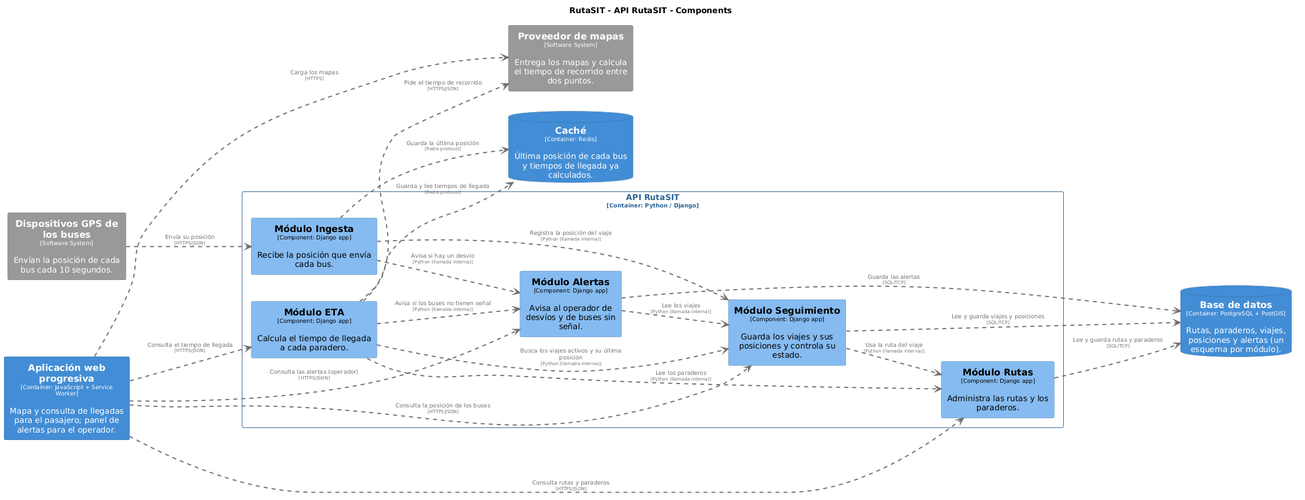
The PlantUML diagram docs/architecture/c4/img/structurizr-Componentes.png in R0otDrigo/cs-2026b-lab04-grupo06, before a commit. The source it was exported from:
```plantuml
@startuml
set separator none
title RutaSIT - API RutaSIT - Components

left to right direction

skinparam {
  arrowFontSize 10
  defaultTextAlignment center
  wrapWidth 200
  maxMessageSize 100
}

hide stereotype

skinparam rectangle<<RutaSIT.Aplicaciónwebprogresiva>> {
  BackgroundColor #438dd5
  FontColor #ffffff
  BorderColor #2e6295
  shadowing false
}
skinparam database<<RutaSIT.Basededatos>> {
  BackgroundColor #438dd5
  FontColor #ffffff
  BorderColor #2e6295
  shadowing false
}
skinparam database<<RutaSIT.Caché>> {
  BackgroundColor #438dd5
  FontColor #ffffff
  BorderColor #2e6295
  shadowing false
}
skinparam rectangle<<DispositivosGPSdelosbuses>> {
  BackgroundColor #999999
  FontColor #ffffff
  BorderColor #6b6b6b
  shadowing false
}
skinparam rectangle<<RutaSIT.APIRutaSIT.MóduloAlertas>> {
  BackgroundColor #85bbf0
  FontColor #000000
  BorderColor #5d82a8
  shadowing false
}
skinparam rectangle<<RutaSIT.APIRutaSIT.MóduloETA>> {
  BackgroundColor #85bbf0
  FontColor #000000
  BorderColor #5d82a8
  shadowing false
}
skinparam rectangle<<RutaSIT.APIRutaSIT.MóduloIngesta>> {
  BackgroundColor #85bbf0
  FontColor #000000
  BorderColor #5d82a8
  shadowing false
}
skinparam rectangle<<RutaSIT.APIRutaSIT.MóduloRutas>> {
  BackgroundColor #85bbf0
  FontColor #000000
  BorderColor #5d82a8
  shadowing false
}
skinparam rectangle<<RutaSIT.APIRutaSIT.MóduloSeguimiento>> {
  BackgroundColor #85bbf0
  FontColor #000000
  BorderColor #5d82a8
  shadowing false
}
skinparam rectangle<<Proveedordemapas>> {
  BackgroundColor #999999
  FontColor #ffffff
  BorderColor #6b6b6b
  shadowing false
}
skinparam rectangle<<RutaSIT.APIRutaSIT>> {
  BorderColor #2e6295
  FontColor #2e6295
  shadowing false
}

database "==Base de datos\n<size:10>[Container: PostgreSQL + PostGIS]</size>\n\nRutas, paraderos, viajes, posiciones y alertas (un esquema por módulo)." <<RutaSIT.Basededatos>> as RutaSIT.Basededatos
database "==Caché\n<size:10>[Container: Redis]</size>\n\nÚltima posición de cada bus y tiempos de llegada ya calculados." <<RutaSIT.Caché>> as RutaSIT.Caché
rectangle "==Dispositivos GPS de los buses\n<size:10>[Software System]</size>\n\nEnvían la posición de cada bus cada 10 segundos." <<DispositivosGPSdelosbuses>> as DispositivosGPSdelosbuses
rectangle "==Proveedor de mapas\n<size:10>[Software System]</size>\n\nEntrega los mapas y calcula el tiempo de recorrido entre dos puntos." <<Proveedordemapas>> as Proveedordemapas
rectangle "==Aplicación web progresiva\n<size:10>[Container: JavaScript + Service Worker]</size>\n\nMapa y consulta de llegadas para el pasajero; panel de alertas para el operador." <<RutaSIT.Aplicaciónwebprogresiva>> as RutaSIT.Aplicaciónwebprogresiva

rectangle "API RutaSIT\n<size:10>[Container: Python / Django]</size>" <<RutaSIT.APIRutaSIT>> {
  rectangle "==Módulo ETA\n<size:10>[Component: Django app]</size>\n\nCalcula el tiempo de llegada a cada paradero." <<RutaSIT.APIRutaSIT.MóduloETA>> as RutaSIT.APIRutaSIT.MóduloETA
  rectangle "==Módulo Alertas\n<size:10>[Component: Django app]</size>\n\nAvisa al operador de desvíos y de buses sin señal." <<RutaSIT.APIRutaSIT.MóduloAlertas>> as RutaSIT.APIRutaSIT.MóduloAlertas
  rectangle "==Módulo Rutas\n<size:10>[Component: Django app]</size>\n\nAdministra las rutas y los paraderos." <<RutaSIT.APIRutaSIT.MóduloRutas>> as RutaSIT.APIRutaSIT.MóduloRutas
  rectangle "==Módulo Ingesta\n<size:10>[Component: Django app]</size>\n\nRecibe la posición que envía cada bus." <<RutaSIT.APIRutaSIT.MóduloIngesta>> as RutaSIT.APIRutaSIT.MóduloIngesta
  rectangle "==Módulo Seguimiento\n<size:10>[Component: Django app]</size>\n\nGuarda los viajes y sus posiciones y controla su estado." <<RutaSIT.APIRutaSIT.MóduloSeguimiento>> as RutaSIT.APIRutaSIT.MóduloSeguimiento
}

RutaSIT.Aplicaciónwebprogresiva .[#707070,thickness=2].> Proveedordemapas : "<color:#707070>Carga los mapas\n<color:#707070><size:8>[HTTPS]</size>"
RutaSIT.Aplicaciónwebprogresiva .[#707070,thickness=2].> RutaSIT.APIRutaSIT.MóduloSeguimiento : "<color:#707070>Consulta la posición de los buses\n<color:#707070><size:8>[HTTPS/JSON]</size>"
RutaSIT.Aplicaciónwebprogresiva .[#707070,thickness=2].> RutaSIT.APIRutaSIT.MóduloETA : "<color:#707070>Consulta el tiempo de llegada\n<color:#707070><size:8>[HTTPS/JSON]</size>"
RutaSIT.Aplicaciónwebprogresiva .[#707070,thickness=2].> RutaSIT.APIRutaSIT.MóduloRutas : "<color:#707070>Consulta rutas y paraderos\n<color:#707070><size:8>[HTTPS/JSON]</size>"
RutaSIT.Aplicaciónwebprogresiva .[#707070,thickness=2].> RutaSIT.APIRutaSIT.MóduloAlertas : "<color:#707070>Consulta las alertas (operador)\n<color:#707070><size:8>[HTTPS/JSON]</size>"
DispositivosGPSdelosbuses .[#707070,thickness=2].> RutaSIT.APIRutaSIT.MóduloIngesta : "<color:#707070>Envía su posición\n<color:#707070><size:8>[HTTPS/JSON]</size>"
RutaSIT.APIRutaSIT.MóduloIngesta .[#707070,thickness=2].> RutaSIT.APIRutaSIT.MóduloSeguimiento : "<color:#707070>Registra la posición del viaje\n<color:#707070><size:8>[Python (llamada interna)]</size>"
RutaSIT.APIRutaSIT.MóduloIngesta .[#707070,thickness=2].> RutaSIT.APIRutaSIT.MóduloAlertas : "<color:#707070>Avisa si hay un desvío\n<color:#707070><size:8>[Python (llamada interna)]</size>"
RutaSIT.APIRutaSIT.MóduloETA .[#707070,thickness=2].> RutaSIT.APIRutaSIT.MóduloSeguimiento : "<color:#707070>Busca los viajes activos y su última posición\n<color:#707070><size:8>[Python (llamada interna)]</size>"
RutaSIT.APIRutaSIT.MóduloETA .[#707070,thickness=2].> RutaSIT.APIRutaSIT.MóduloRutas : "<color:#707070>Lee los paraderos\n<color:#707070><size:8>[Python (llamada interna)]</size>"
RutaSIT.APIRutaSIT.MóduloETA .[#707070,thickness=2].> RutaSIT.APIRutaSIT.MóduloAlertas : "<color:#707070>Avisa si los buses no tienen señal\n<color:#707070><size:8>[Python (llamada interna)]</size>"
RutaSIT.APIRutaSIT.MóduloAlertas .[#707070,thickness=2].> RutaSIT.APIRutaSIT.MóduloSeguimiento : "<color:#707070>Lee los viajes\n<color:#707070><size:8>[Python (llamada interna)]</size>"
RutaSIT.APIRutaSIT.MóduloSeguimiento .[#707070,thickness=2].> RutaSIT.APIRutaSIT.MóduloRutas : "<color:#707070>Usa la ruta del viaje\n<color:#707070><size:8>[Python (llamada interna)]</size>"
RutaSIT.APIRutaSIT.MóduloSeguimiento .[#707070,thickness=2].> RutaSIT.Basededatos : "<color:#707070>Lee y guarda viajes y posiciones\n<color:#707070><size:8>[SQL/TCP]</size>"
RutaSIT.APIRutaSIT.MóduloRutas .[#707070,thickness=2].> RutaSIT.Basededatos : "<color:#707070>Lee y guarda rutas y paraderos\n<color:#707070><size:8>[SQL/TCP]</size>"
RutaSIT.APIRutaSIT.MóduloAlertas .[#707070,thickness=2].> RutaSIT.Basededatos : "<color:#707070>Guarda las alertas\n<color:#707070><size:8>[SQL/TCP]</size>"
RutaSIT.APIRutaSIT.MóduloIngesta .[#707070,thickness=2].> RutaSIT.Caché : "<color:#707070>Guarda la última posición\n<color:#707070><size:8>[Redis protocol]</size>"
RutaSIT.APIRutaSIT.MóduloETA .[#707070,thickness=2].> RutaSIT.Caché : "<color:#707070>Guarda y lee tiempos de llegada\n<color:#707070><size:8>[Redis protocol]</size>"
RutaSIT.APIRutaSIT.MóduloETA .[#707070,thickness=2].> Proveedordemapas : "<color:#707070>Pide el tiempo de recorrido\n<color:#707070><size:8>[HTTPS/JSON]</size>"
@enduml
```
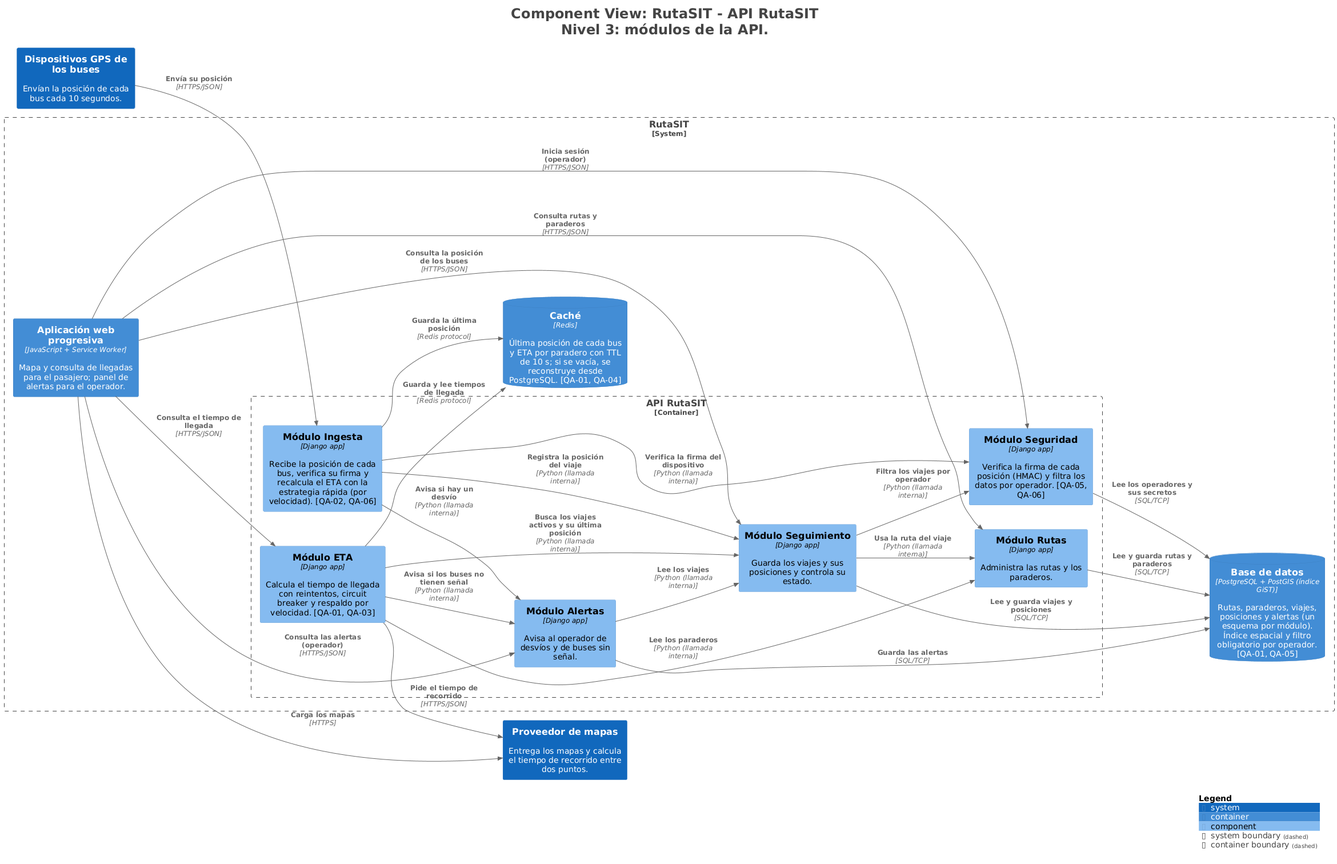
Later version of the same file.

Change to the diagram source:
```diff
@@ -1,115 +1,63 @@
 @startuml
+title <size:24>Component View: RutaSIT - API RutaSIT</size>\n<size:24>Nivel 3: módulos de la API.</size>
+
 set separator none
-title RutaSIT - API RutaSIT - Components
-
 left to right direction
 
-skinparam {
-  arrowFontSize 10
-  defaultTextAlignment center
-  wrapWidth 200
-  maxMessageSize 100
+<style>
+  root {
+    BackgroundColor: #ffffff
+    FontColor: #444444
+  }
+</style>
+
+!include <C4/C4>
+!include <C4/C4_Context>
+!include <C4/C4_Container>
+!include <C4/C4_Component>
+
+System(DispositivosGPSdelosbuses, "Dispositivos GPS de los buses", $descr="Envían la posición de cada bus cada 10 segundos.", $tags="", $link="")
+System(Proveedordemapas, "Proveedor de mapas", $descr="Entrega los mapas y calcula el tiempo de recorrido entre dos puntos.", $tags="", $link="")
+
+System_Boundary("RutaSIT_boundary", "RutaSIT", $tags="") {
+  Container_Boundary("RutaSIT.APIRutaSIT_boundary", "API RutaSIT", $tags="") {
+    Component(RutaSIT.APIRutaSIT.MóduloETA, "Módulo ETA", $techn="Django app", $descr="Calcula el tiempo de llegada con reintentos, circuit breaker y respaldo por velocidad. [QA-01, QA-03]", $tags="", $link="")
+    Component(RutaSIT.APIRutaSIT.MóduloAlertas, "Módulo Alertas", $techn="Django app", $descr="Avisa al operador de desvíos y de buses sin señal.", $tags="", $link="")
+    Component(RutaSIT.APIRutaSIT.MóduloRutas, "Módulo Rutas", $techn="Django app", $descr="Administra las rutas y los paraderos.", $tags="", $link="")
+    Component(RutaSIT.APIRutaSIT.MóduloSeguridad, "Módulo Seguridad", $techn="Django app", $descr="Verifica la firma de cada posición (HMAC) y filtra los datos por operador. [QA-05, QA-06]", $tags="", $link="")
+    Component(RutaSIT.APIRutaSIT.MóduloIngesta, "Módulo Ingesta", $techn="Django app", $descr="Recibe la posición de cada bus, verifica su firma y recalcula el ETA con la estrategia rápida (por velocidad). [QA-02, QA-06]", $tags="", $link="")
+    Component(RutaSIT.APIRutaSIT.MóduloSeguimiento, "Módulo Seguimiento", $techn="Django app", $descr="Guarda los viajes y sus posiciones y controla su estado.", $tags="", $link="")
+  }
+
+  ContainerDb(RutaSIT.Basededatos, "Base de datos", $techn="PostgreSQL + PostGIS (índice GiST)", $descr="Rutas, paraderos, viajes, posiciones y alertas (un esquema por módulo). Índice espacial y filtro obligatorio por operador. [QA-01, QA-05]", $tags="", $link="")
+  ContainerDb(RutaSIT.Caché, "Caché", $techn="Redis", $descr="Última posición de cada bus y ETA por paradero con TTL de 10 s; si se vacía, se reconstruye desde PostgreSQL. [QA-01, QA-04]", $tags="", $link="")
+  Container(RutaSIT.Aplicaciónwebprogresiva, "Aplicación web progresiva", $techn="JavaScript + Service Worker", $descr="Mapa y consulta de llegadas para el pasajero; panel de alertas para el operador.", $tags="", $link="")
 }
 
-hide stereotype
+Rel(RutaSIT.Aplicaciónwebprogresiva, Proveedordemapas, "Carga los mapas", $techn="HTTPS", $tags="", $link="")
+Rel(RutaSIT.Aplicaciónwebprogresiva, RutaSIT.APIRutaSIT.MóduloSeguimiento, "Consulta la posición de los buses", $techn="HTTPS/JSON", $tags="", $link="")
+Rel(RutaSIT.Aplicaciónwebprogresiva, RutaSIT.APIRutaSIT.MóduloETA, "Consulta el tiempo de llegada", $techn="HTTPS/JSON", $tags="", $link="")
+Rel(RutaSIT.Aplicaciónwebprogresiva, RutaSIT.APIRutaSIT.MóduloRutas, "Consulta rutas y paraderos", $techn="HTTPS/JSON", $tags="", $link="")
+Rel(RutaSIT.Aplicaciónwebprogresiva, RutaSIT.APIRutaSIT.MóduloAlertas, "Consulta las alertas (operador)", $techn="HTTPS/JSON", $tags="", $link="")
+Rel(DispositivosGPSdelosbuses, RutaSIT.APIRutaSIT.MóduloIngesta, "Envía su posición", $techn="HTTPS/JSON", $tags="", $link="")
+Rel(RutaSIT.APIRutaSIT.MóduloIngesta, RutaSIT.APIRutaSIT.MóduloSeguimiento, "Registra la posición del viaje", $techn="Python (llamada interna)", $tags="", $link="")
+Rel(RutaSIT.APIRutaSIT.MóduloIngesta, RutaSIT.APIRutaSIT.MóduloAlertas, "Avisa si hay un desvío", $techn="Python (llamada interna)", $tags="", $link="")
+Rel(RutaSIT.APIRutaSIT.MóduloETA, RutaSIT.APIRutaSIT.MóduloSeguimiento, "Busca los viajes activos y su última posición", $techn="Python (llamada interna)", $tags="", $link="")
+Rel(RutaSIT.APIRutaSIT.MóduloETA, RutaSIT.APIRutaSIT.MóduloRutas, "Lee los paraderos", $techn="Python (llamada interna)", $tags="", $link="")
+Rel(RutaSIT.APIRutaSIT.MóduloETA, RutaSIT.APIRutaSIT.MóduloAlertas, "Avisa si los buses no tienen señal", $techn="Python (llamada interna)", $tags="", $link="")
+Rel(RutaSIT.APIRutaSIT.MóduloAlertas, RutaSIT.APIRutaSIT.MóduloSeguimiento, "Lee los viajes", $techn="Python (llamada interna)", $tags="", $link="")
+Rel(RutaSIT.APIRutaSIT.MóduloSeguimiento, RutaSIT.APIRutaSIT.MóduloRutas, "Usa la ruta del viaje", $techn="Python (llamada interna)", $tags="", $link="")
+Rel(RutaSIT.APIRutaSIT.MóduloSeguimiento, RutaSIT.Basededatos, "Lee y guarda viajes y posiciones", $techn="SQL/TCP", $tags="", $link="")
+Rel(RutaSIT.APIRutaSIT.MóduloRutas, RutaSIT.Basededatos, "Lee y guarda rutas y paraderos", $techn="SQL/TCP", $tags="", $link="")
+Rel(RutaSIT.APIRutaSIT.MóduloAlertas, RutaSIT.Basededatos, "Guarda las alertas", $techn="SQL/TCP", $tags="", $link="")
+Rel(RutaSIT.APIRutaSIT.MóduloIngesta, RutaSIT.Caché, "Guarda la última posición", $techn="Redis protocol", $tags="", $link="")
+Rel(RutaSIT.APIRutaSIT.MóduloETA, RutaSIT.Caché, "Guarda y lee tiempos de llegada", $techn="Redis protocol", $tags="", $link="")
+Rel(RutaSIT.APIRutaSIT.MóduloETA, Proveedordemapas, "Pide el tiempo de recorrido", $techn="HTTPS/JSON", $tags="", $link="")
+Rel(RutaSIT.Aplicaciónwebprogresiva, RutaSIT.APIRutaSIT.MóduloSeguridad, "Inicia sesión (operador)", $techn="HTTPS/JSON", $tags="", $link="")
+Rel(RutaSIT.APIRutaSIT.MóduloIngesta, RutaSIT.APIRutaSIT.MóduloSeguridad, "Verifica la firma del dispositivo", $techn="Python (llamada interna)", $tags="", $link="")
+Rel(RutaSIT.APIRutaSIT.MóduloSeguimiento, RutaSIT.APIRutaSIT.MóduloSeguridad, "Filtra los viajes por operador", $techn="Python (llamada interna)", $tags="", $link="")
+Rel(RutaSIT.APIRutaSIT.MóduloSeguridad, RutaSIT.Basededatos, "Lee los operadores y sus secretos", $techn="SQL/TCP", $tags="", $link="")
 
-skinparam rectangle<<RutaSIT.Aplicaciónwebprogresiva>> {
-  BackgroundColor #438dd5
-  FontColor #ffffff
-  BorderColor #2e6295
-  shadowing false
-}
-skinparam database<<RutaSIT.Basededatos>> {
-  BackgroundColor #438dd5
-  FontColor #ffffff
-  BorderColor #2e6295
-  shadowing false
-}
-skinparam database<<RutaSIT.Caché>> {
-  BackgroundColor #438dd5
-  FontColor #ffffff
-  BorderColor #2e6295
-  shadowing false
-}
-skinparam rectangle<<DispositivosGPSdelosbuses>> {
-  BackgroundColor #999999
-  FontColor #ffffff
-  BorderColor #6b6b6b
-  shadowing false
-}
-skinparam rectangle<<RutaSIT.APIRutaSIT.MóduloAlertas>> {
-  BackgroundColor #85bbf0
-  FontColor #000000
-  BorderColor #5d82a8
-  shadowing false
-}
-skinparam rectangle<<RutaSIT.APIRutaSIT.MóduloETA>> {
-  BackgroundColor #85bbf0
-  FontColor #000000
-  BorderColor #5d82a8
-  shadowing false
-}
-skinparam rectangle<<RutaSIT.APIRutaSIT.MóduloIngesta>> {
-  BackgroundColor #85bbf0
-  FontColor #000000
-  BorderColor #5d82a8
-  shadowing false
-}
-skinparam rectangle<<RutaSIT.APIRutaSIT.MóduloRutas>> {
-  BackgroundColor #85bbf0
-  FontColor #000000
-  BorderColor #5d82a8
-  shadowing false
-}
-skinparam rectangle<<RutaSIT.APIRutaSIT.MóduloSeguimiento>> {
-  BackgroundColor #85bbf0
-  FontColor #000000
-  BorderColor #5d82a8
-  shadowing false
-}
-skinparam rectangle<<Proveedordemapas>> {
-  BackgroundColor #999999
-  FontColor #ffffff
-  BorderColor #6b6b6b
-  shadowing false
-}
-skinparam rectangle<<RutaSIT.APIRutaSIT>> {
-  BorderColor #2e6295
-  FontColor #2e6295
-  shadowing false
-}
-
-database "==Base de datos\n<size:10>[Container: PostgreSQL + PostGIS]</size>\n\nRutas, paraderos, viajes, posiciones y alertas (un esquema por módulo)." <<RutaSIT.Basededatos>> as RutaSIT.Basededatos
-database "==Caché\n<size:10>[Container: Redis]</size>\n\nÚltima posición de cada bus y tiempos de llegada ya calculados." <<RutaSIT.Caché>> as RutaSIT.Caché
-rectangle "==Dispositivos GPS de los buses\n<size:10>[Software System]</size>\n\nEnvían la posición de cada bus cada 10 segundos." <<DispositivosGPSdelosbuses>> as DispositivosGPSdelosbuses
-rectangle "==Proveedor de mapas\n<size:10>[Software System]</size>\n\nEntrega los mapas y calcula el tiempo de recorrido entre dos puntos." <<Proveedordemapas>> as Proveedordemapas
-rectangle "==Aplicación web progresiva\n<size:10>[Container: JavaScript + Service Worker]</size>\n\nMapa y consulta de llegadas para el pasajero; panel de alertas para el operador." <<RutaSIT.Aplicaciónwebprogresiva>> as RutaSIT.Aplicaciónwebprogresiva
-
-rectangle "API RutaSIT\n<size:10>[Container: Python / Django]</size>" <<RutaSIT.APIRutaSIT>> {
-  rectangle "==Módulo ETA\n<size:10>[Component: Django app]</size>\n\nCalcula el tiempo de llegada a cada paradero." <<RutaSIT.APIRutaSIT.MóduloETA>> as RutaSIT.APIRutaSIT.MóduloETA
-  rectangle "==Módulo Alertas\n<size:10>[Component: Django app]</size>\n\nAvisa al operador de desvíos y de buses sin señal." <<RutaSIT.APIRutaSIT.MóduloAlertas>> as RutaSIT.APIRutaSIT.MóduloAlertas
-  rectangle "==Módulo Rutas\n<size:10>[Component: Django app]</size>\n\nAdministra las rutas y los paraderos." <<RutaSIT.APIRutaSIT.MóduloRutas>> as RutaSIT.APIRutaSIT.MóduloRutas
-  rectangle "==Módulo Ingesta\n<size:10>[Component: Django app]</size>\n\nRecibe la posición que envía cada bus." <<RutaSIT.APIRutaSIT.MóduloIngesta>> as RutaSIT.APIRutaSIT.MóduloIngesta
-  rectangle "==Módulo Seguimiento\n<size:10>[Component: Django app]</size>\n\nGuarda los viajes y sus posiciones y controla su estado." <<RutaSIT.APIRutaSIT.MóduloSeguimiento>> as RutaSIT.APIRutaSIT.MóduloSeguimiento
-}
-
-RutaSIT.Aplicaciónwebprogresiva .[#707070,thickness=2].> Proveedordemapas : "<color:#707070>Carga los mapas\n<color:#707070><size:8>[HTTPS]</size>"
-RutaSIT.Aplicaciónwebprogresiva .[#707070,thickness=2].> RutaSIT.APIRutaSIT.MóduloSeguimiento : "<color:#707070>Consulta la posición de los buses\n<color:#707070><size:8>[HTTPS/JSON]</size>"
-RutaSIT.Aplicaciónwebprogresiva .[#707070,thickness=2].> RutaSIT.APIRutaSIT.MóduloETA : "<color:#707070>Consulta el tiempo de llegada\n<color:#707070><size:8>[HTTPS/JSON]</size>"
-RutaSIT.Aplicaciónwebprogresiva .[#707070,thickness=2].> RutaSIT.APIRutaSIT.MóduloRutas : "<color:#707070>Consulta rutas y paraderos\n<color:#707070><size:8>[HTTPS/JSON]</size>"
-RutaSIT.Aplicaciónwebprogresiva .[#707070,thickness=2].> RutaSIT.APIRutaSIT.MóduloAlertas : "<color:#707070>Consulta las alertas (operador)\n<color:#707070><size:8>[HTTPS/JSON]</size>"
-DispositivosGPSdelosbuses .[#707070,thickness=2].> RutaSIT.APIRutaSIT.MóduloIngesta : "<color:#707070>Envía su posición\n<color:#707070><size:8>[HTTPS/JSON]</size>"
-RutaSIT.APIRutaSIT.MóduloIngesta .[#707070,thickness=2].> RutaSIT.APIRutaSIT.MóduloSeguimiento : "<color:#707070>Registra la posición del viaje\n<color:#707070><size:8>[Python (llamada interna)]</size>"
-RutaSIT.APIRutaSIT.MóduloIngesta .[#707070,thickness=2].> RutaSIT.APIRutaSIT.MóduloAlertas : "<color:#707070>Avisa si hay un desvío\n<color:#707070><size:8>[Python (llamada interna)]</size>"
-RutaSIT.APIRutaSIT.MóduloETA .[#707070,thickness=2].> RutaSIT.APIRutaSIT.MóduloSeguimiento : "<color:#707070>Busca los viajes activos y su última posición\n<color:#707070><size:8>[Python (llamada interna)]</size>"
-RutaSIT.APIRutaSIT.MóduloETA .[#707070,thickness=2].> RutaSIT.APIRutaSIT.MóduloRutas : "<color:#707070>Lee los paraderos\n<color:#707070><size:8>[Python (llamada interna)]</size>"
-RutaSIT.APIRutaSIT.MóduloETA .[#707070,thickness=2].> RutaSIT.APIRutaSIT.MóduloAlertas : "<color:#707070>Avisa si los buses no tienen señal\n<color:#707070><size:8>[Python (llamada interna)]</size>"
-RutaSIT.APIRutaSIT.MóduloAlertas .[#707070,thickness=2].> RutaSIT.APIRutaSIT.MóduloSeguimiento : "<color:#707070>Lee los viajes\n<color:#707070><size:8>[Python (llamada interna)]</size>"
-RutaSIT.APIRutaSIT.MóduloSeguimiento .[#707070,thickness=2].> RutaSIT.APIRutaSIT.MóduloRutas : "<color:#707070>Usa la ruta del viaje\n<color:#707070><size:8>[Python (llamada interna)]</size>"
-RutaSIT.APIRutaSIT.MóduloSeguimiento .[#707070,thickness=2].> RutaSIT.Basededatos : "<color:#707070>Lee y guarda viajes y posiciones\n<color:#707070><size:8>[SQL/TCP]</size>"
-RutaSIT.APIRutaSIT.MóduloRutas .[#707070,thickness=2].> RutaSIT.Basededatos : "<color:#707070>Lee y guarda rutas y paraderos\n<color:#707070><size:8>[SQL/TCP]</size>"
-RutaSIT.APIRutaSIT.MóduloAlertas .[#707070,thickness=2].> RutaSIT.Basededatos : "<color:#707070>Guarda las alertas\n<color:#707070><size:8>[SQL/TCP]</size>"
-RutaSIT.APIRutaSIT.MóduloIngesta .[#707070,thickness=2].> RutaSIT.Caché : "<color:#707070>Guarda la última posición\n<color:#707070><size:8>[Redis protocol]</size>"
-RutaSIT.APIRutaSIT.MóduloETA .[#707070,thickness=2].> RutaSIT.Caché : "<color:#707070>Guarda y lee tiempos de llegada\n<color:#707070><size:8>[Redis protocol]</size>"
-RutaSIT.APIRutaSIT.MóduloETA .[#707070,thickness=2].> Proveedordemapas : "<color:#707070>Pide el tiempo de recorrido\n<color:#707070><size:8>[HTTPS/JSON]</size>"
+SHOW_LEGEND(true)
+hide stereotypes
 @enduml
```
